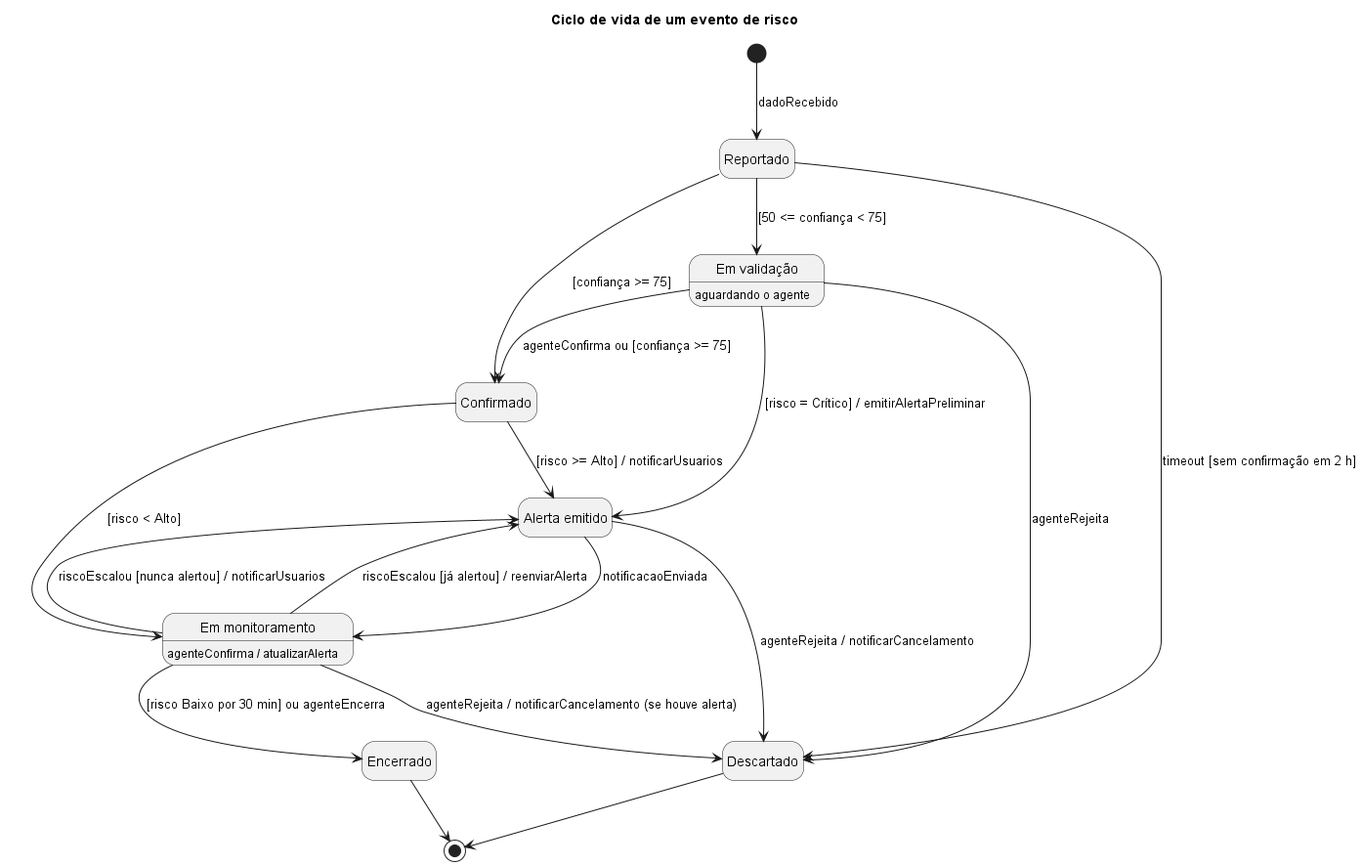
Before: docs/diagramas/estados.png, a diagram exported from PlantUML (IsaacEmerick/urban-risk-platform).
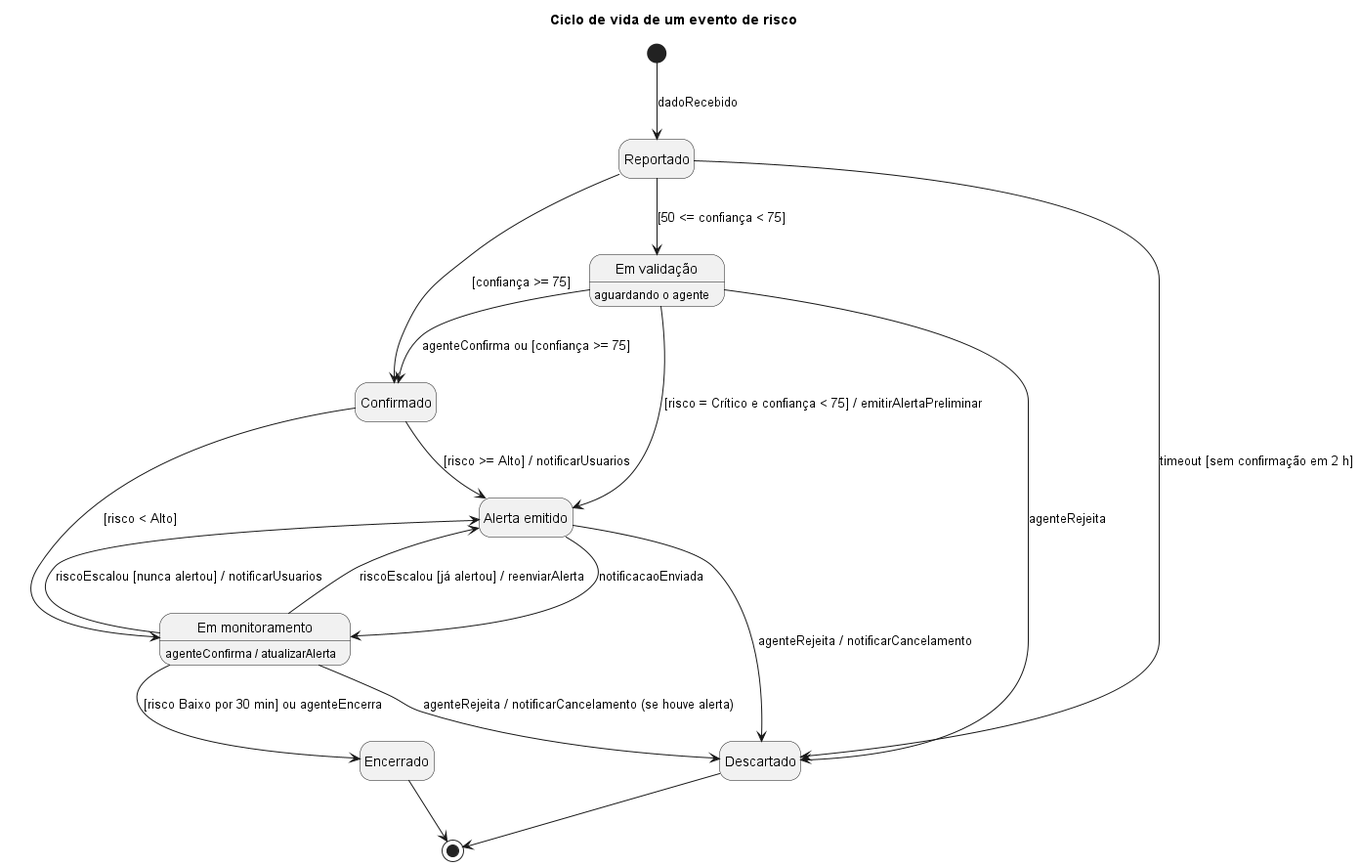
After the change.

The edit, as a diff of the source:
```diff
@@ -17,7 +17,7 @@
 Reportado --> EmValidacao : [50 <= confiança < 75]
 Reportado --> Descartado : timeout [sem confirmação em 2 h]
 EmValidacao --> Confirmado : agenteConfirma ou [confiança >= 75]
-EmValidacao --> AlertaEmitido : [risco = Crítico] / emitirAlertaPreliminar
+EmValidacao --> AlertaEmitido : [risco = Crítico e confiança < 75] / emitirAlertaPreliminar
 EmValidacao --> Descartado : agenteRejeita
 Confirmado --> AlertaEmitido : [risco >= Alto] / notificarUsuarios
 Confirmado --> EmMonitoramento : [risco < Alto]
```
